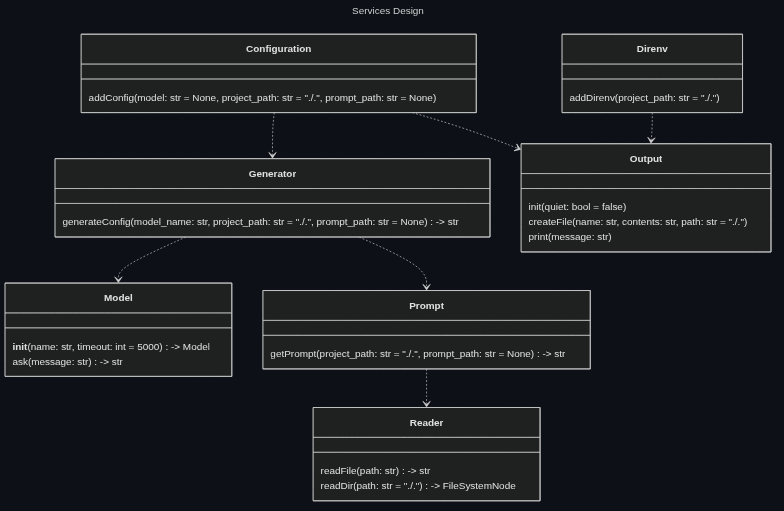
This is docs/assets/mermaid/services_design.png from Oldranda1414/AutoDev, a Mermaid export, as it was before one commit. Its source is kept beside it as docs/assets/src/services_design.mmd.
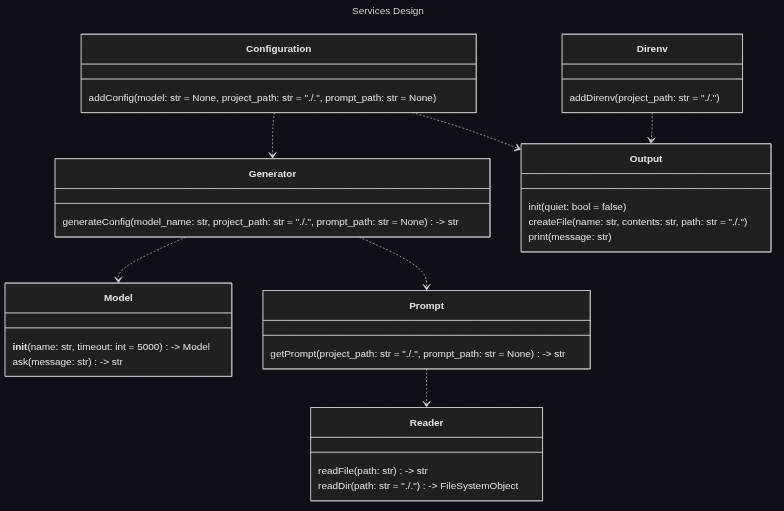
After the commit.

Change to the diagram source:
```diff
@@ -32,7 +32,7 @@
 
     class Reader {
         readFile(path: str) -> str
-        readDir(path: str = "./.") -> FileSystemNode
+        readDir(path: str = "./.") -> FileSystemObject
     }
 
     Direnv ..> Output
```
